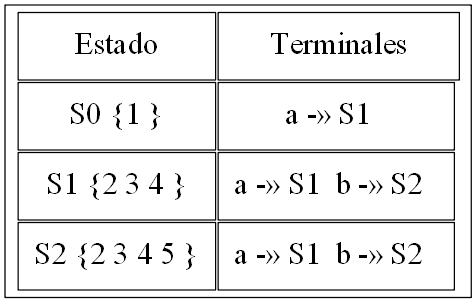
Above: trans_Expresion1.png in montherbasir/Practica1_OLC1 (Graphviz), before the change. Its source is kept beside it as trans_Expresion1.dot.
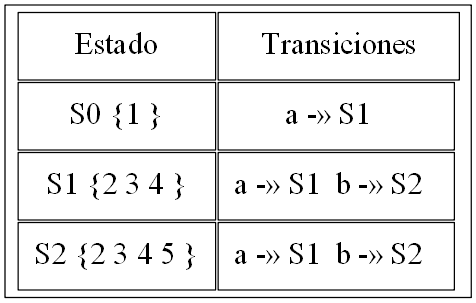
The same diagram one commit later.

Change to the diagram source:
```diff
@@ -6,7 +6,7 @@
 
 N [label=<
 <table border="0" cellborder="1" cellpadding="12">
-  <tr><td>Estado</td><td colspan="3">Terminales</td></tr>  <tr><td>S0 {1 }</td><td>a -» S1  </td></tr>
+  <tr><td>Estado</td><td colspan="3">Transiciones</td></tr>  <tr><td>S0 {1 }</td><td>a -» S1  </td></tr>
   <tr><td>S1 {2 3 4 }</td><td>a -» S1  b -» S2  </td></tr>
   <tr><td>S2 {2 3 4 5 }</td><td>a -» S1  b -» S2  </td></tr>
 </table>>];
```
